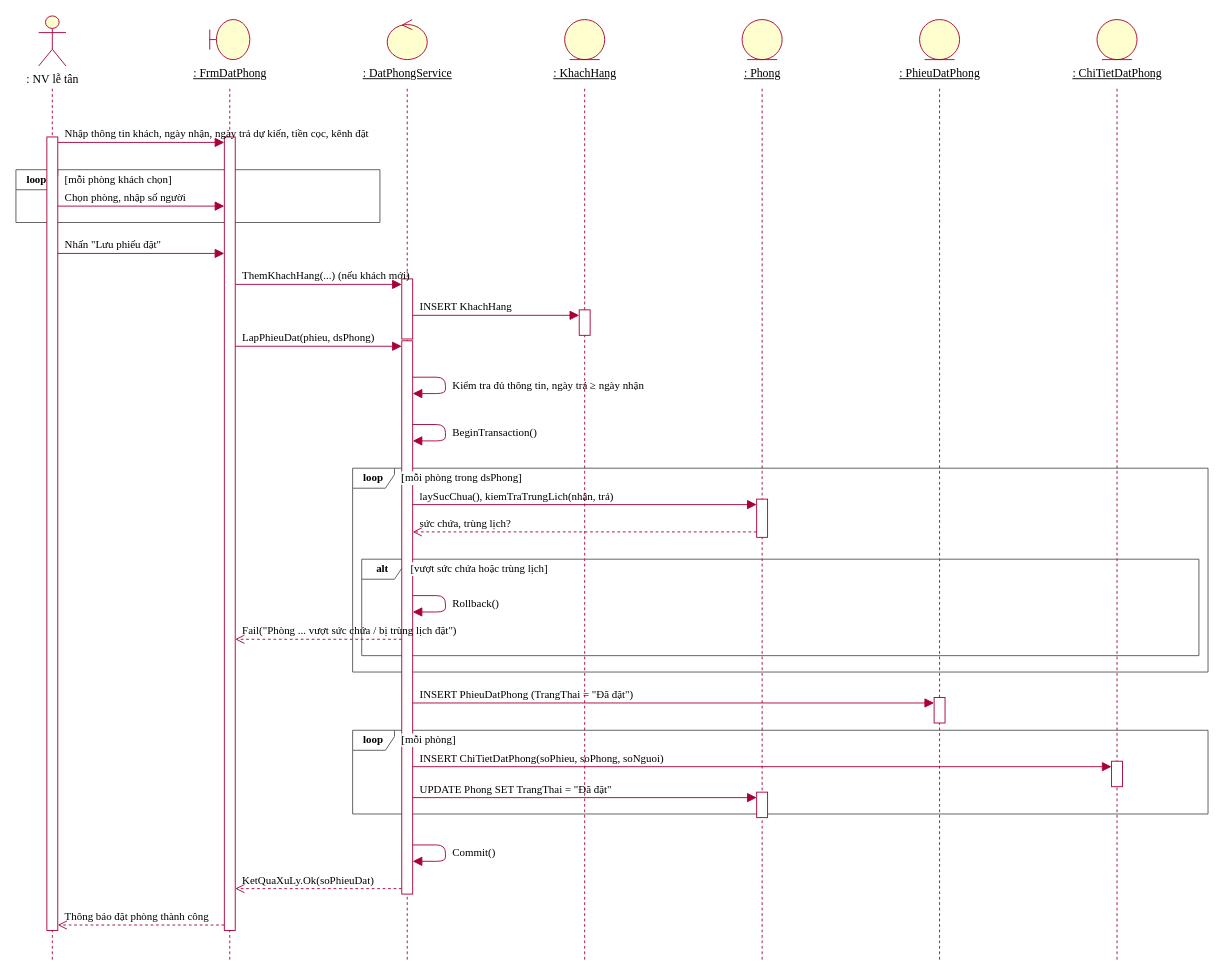
nguyenquocan5432-bot/LAB_AT_OOSD keeps this draw.io diagram as IMAGES/LAB3/H4_Sequence_DatPhong.drawio. Above is the earlier version. Source tidied: cells renumbered, new cells numbered last; positions are measured from the earlier drawing's top-left corner, leaving out a move shared by most shapes. Both pictures are drawn from the tidied source at 91%, with x=0, y=0 at pixel (15, 15).
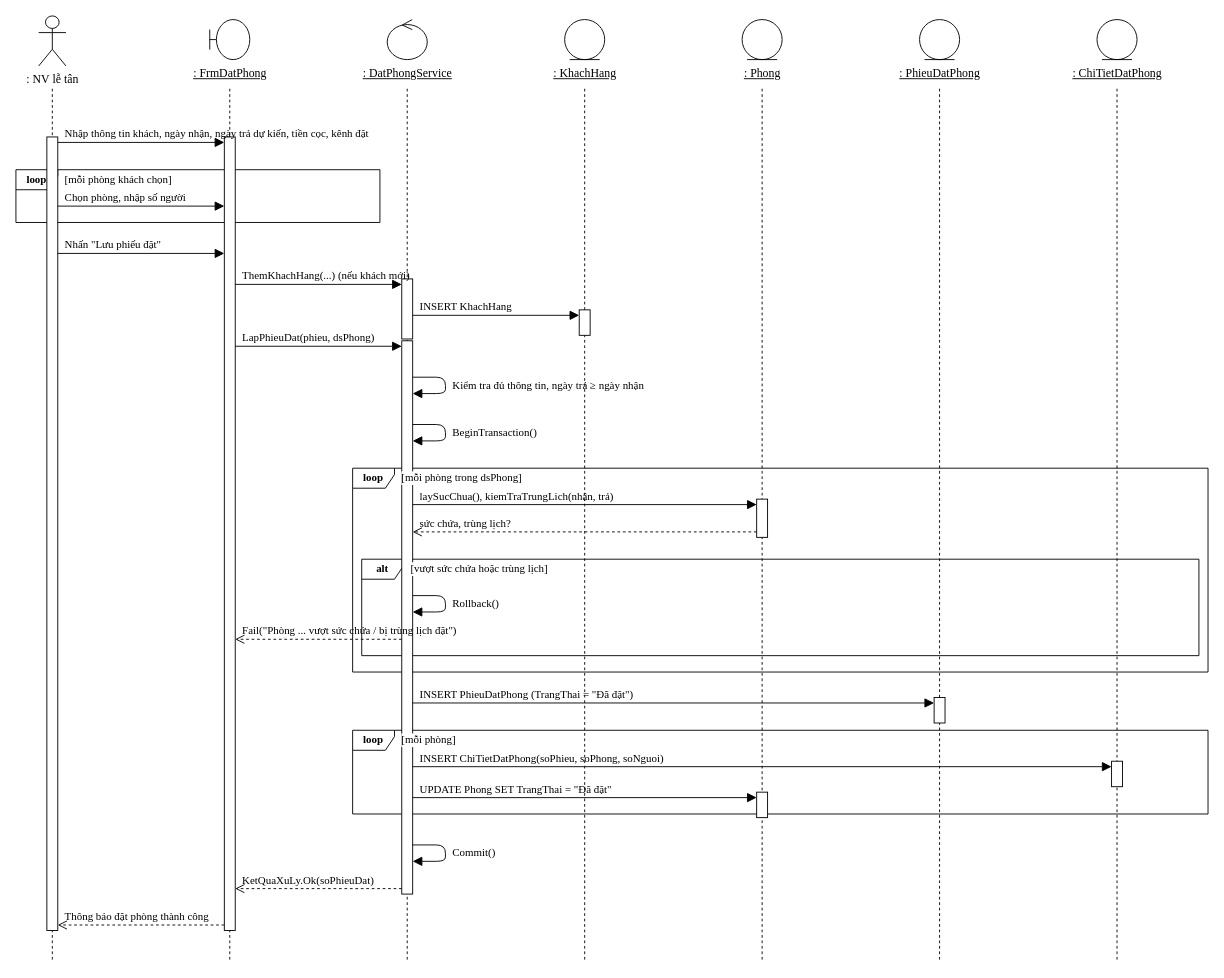
The same diagram, later.

The edit, as a diff of the source:
```diff
@@
-    <mxCell id="2" value=": NV lễ tân" style="shape=umlActor;verticalLabelPosition=bottom;verticalAlign=top;html=1;fillColor=#FEFECE;strokeColor=#A80036;fontFamily=Times New Roman;fontSize=13;" parent="1" vertex="1">
+    <mxCell id="2" value=": NV lễ tân" style="shape=umlActor;verticalLabelPosition=bottom;verticalAlign=top;html=1;fontFamily=Times New Roman;fontSize=13;" parent="1" vertex="1">
       <mxGeometry x="25" width="30" height="55" as="geometry" />
     </mxCell>
-    <mxCell id="3" style="endArrow=none;html=1;dashed=1;strokeColor=#A80036;" parent="1" edge="1">
+    <mxCell id="3" style="endArrow=none;html=1;dashed=1;" parent="1" edge="1">
       <mxGeometry relative="1" as="geometry">
         <mxPoint x="40" y="80" as="sourcePoint" />
         <mxPoint x="40" y="1039" as="targetPoint" />
       </mxGeometry>
     </mxCell>
-    <mxCell id="4" style="shape=umlBoundary;whiteSpace=wrap;html=1;fillColor=#FEFECE;strokeColor=#A80036;" parent="1" vertex="1">
+    <mxCell id="4" style="shape=umlBoundary;whiteSpace=wrap;html=1;" parent="1" vertex="1">
       <mxGeometry x="213" y="4" width="44" height="44" as="geometry" />
     </mxCell>
@@
-    <mxCell id="6" style="endArrow=none;html=1;dashed=1;strokeColor=#A80036;" parent="1" edge="1">
+    <mxCell id="6" style="endArrow=none;html=1;dashed=1;" parent="1" edge="1">
       <mxGeometry relative="1" as="geometry">
         <mxPoint x="235" y="80" as="sourcePoint" />
         <mxPoint x="235" y="1039" as="targetPoint" />
       </mxGeometry>
     </mxCell>
-    <mxCell id="7" style="ellipse;shape=umlControl;whiteSpace=wrap;html=1;fillColor=#FEFECE;strokeColor=#A80036;" parent="1" vertex="1">
+    <mxCell id="7" style="ellipse;shape=umlControl;whiteSpace=wrap;html=1;" parent="1" vertex="1">
       <mxGeometry x="408" y="4" width="44" height="44" as="geometry" />
     </mxCell>
@@
-    <mxCell id="9" style="endArrow=none;html=1;dashed=1;strokeColor=#A80036;" parent="1" edge="1">
+    <mxCell id="9" style="endArrow=none;html=1;dashed=1;" parent="1" edge="1">
       <mxGeometry relative="1" as="geometry">
         <mxPoint x="430" y="80" as="sourcePoint" />
         <mxPoint x="430" y="1039" as="targetPoint" />
       </mxGeometry>
     </mxCell>
-    <mxCell id="10" style="ellipse;shape=umlEntity;whiteSpace=wrap;html=1;fillColor=#FEFECE;strokeColor=#A80036;" parent="1" vertex="1">
+    <mxCell id="10" style="ellipse;shape=umlEntity;whiteSpace=wrap;html=1;" parent="1" vertex="1">
       <mxGeometry x="603" y="4" width="44" height="44" as="geometry" />
     </mxCell>
@@
-    <mxCell id="12" style="endArrow=none;html=1;dashed=1;strokeColor=#A80036;" parent="1" edge="1">
+    <mxCell id="12" style="endArrow=none;html=1;dashed=1;" parent="1" edge="1">
       <mxGeometry relative="1" as="geometry">
         <mxPoint x="625" y="80" as="sourcePoint" />
         <mxPoint x="625" y="1039" as="targetPoint" />
       </mxGeometry>
     </mxCell>
-    <mxCell id="13" style="ellipse;shape=umlEntity;whiteSpace=wrap;html=1;fillColor=#FEFECE;strokeColor=#A80036;" parent="1" vertex="1">
+    <mxCell id="13" style="ellipse;shape=umlEntity;whiteSpace=wrap;html=1;" parent="1" vertex="1">
       <mxGeometry x="798" y="4" width="44" height="44" as="geometry" />
     </mxCell>
@@
-    <mxCell id="15" style="endArrow=none;html=1;dashed=1;strokeColor=#A80036;" parent="1" edge="1">
+    <mxCell id="15" style="endArrow=none;html=1;dashed=1;" parent="1" edge="1">
       <mxGeometry relative="1" as="geometry">
         <mxPoint x="820" y="80" as="sourcePoint" />
         <mxPoint x="820" y="1039" as="targetPoint" />
       </mxGeometry>
     </mxCell>
-    <mxCell id="16" style="ellipse;shape=umlEntity;whiteSpace=wrap;html=1;fillColor=#FEFECE;strokeColor=#A80036;" parent="1" vertex="1">
+    <mxCell id="16" style="ellipse;shape=umlEntity;whiteSpace=wrap;html=1;" parent="1" vertex="1">
       <mxGeometry x="993" y="4" width="44" height="44" as="geometry" />
     </mxCell>
@@
-    <mxCell id="18" style="endArrow=none;html=1;dashed=1;strokeColor=#A80036;" parent="1" edge="1">
+    <mxCell id="18" style="endArrow=none;html=1;dashed=1;" parent="1" edge="1">
       <mxGeometry relative="1" as="geometry">
         <mxPoint x="1015" y="80" as="sourcePoint" />
         <mxPoint x="1015" y="1039" as="targetPoint" />
       </mxGeometry>
     </mxCell>
-    <mxCell id="19" style="ellipse;shape=umlEntity;whiteSpace=wrap;html=1;fillColor=#FEFECE;strokeColor=#A80036;" parent="1" vertex="1">
+    <mxCell id="19" style="ellipse;shape=umlEntity;whiteSpace=wrap;html=1;" parent="1" vertex="1">
       <mxGeometry x="1188" y="4" width="44" height="44" as="geometry" />
     </mxCell>
@@
-    <mxCell id="21" style="endArrow=none;html=1;dashed=1;strokeColor=#A80036;" parent="1" edge="1">
+    <mxCell id="21" style="endArrow=none;html=1;dashed=1;" parent="1" edge="1">
       <mxGeometry relative="1" as="geometry">
         <mxPoint x="1210" y="80" as="sourcePoint" />
         <mxPoint x="1210" y="1039" as="targetPoint" />
       </mxGeometry>
     </mxCell>
-    <mxCell id="22" value="loop" style="shape=umlFrame;whiteSpace=wrap;html=1;width=46;height=22;fillColor=none;strokeColor=#555555;fontFamily=Times New Roman;fontSize=12;fontStyle=1;" parent="1" vertex="1">
+    <mxCell id="22" value="loop" style="shape=umlFrame;whiteSpace=wrap;html=1;width=46;height=22;fontFamily=Times New Roman;fontSize=12;fontStyle=1;" parent="1" vertex="1">
       <mxGeometry y="169" width="400" height="58" as="geometry" />
     </mxCell>
-    <mxCell id="23" value="loop" style="shape=umlFrame;whiteSpace=wrap;html=1;width=46;height=22;fillColor=none;strokeColor=#555555;fontFamily=Times New Roman;fontSize=12;fontStyle=1;" parent="1" vertex="1">
+    <mxCell id="23" value="loop" style="shape=umlFrame;whiteSpace=wrap;html=1;width=46;height=22;fontFamily=Times New Roman;fontSize=12;fontStyle=1;" parent="1" vertex="1">
       <mxGeometry x="370" y="497" width="940" height="224" as="geometry" />
     </mxCell>
-    <mxCell id="24" value="alt" style="shape=umlFrame;whiteSpace=wrap;html=1;width=46;height=22;fillColor=none;strokeColor=#555555;fontFamily=Times New Roman;fontSize=12;fontStyle=1;" parent="1" vertex="1">
+    <mxCell id="24" value="alt" style="shape=umlFrame;whiteSpace=wrap;html=1;width=46;height=22;fontFamily=Times New Roman;fontSize=12;fontStyle=1;" parent="1" vertex="1">
       <mxGeometry x="380" y="597" width="920" height="106" as="geometry" />
     </mxCell>
-    <mxCell id="25" value="loop" style="shape=umlFrame;whiteSpace=wrap;html=1;width=46;height=22;fillColor=none;strokeColor=#555555;fontFamily=Times New Roman;fontSize=12;fontStyle=1;" parent="1" vertex="1">
+    <mxCell id="25" value="loop" style="shape=umlFrame;whiteSpace=wrap;html=1;width=46;height=22;fontFamily=Times New Roman;fontSize=12;fontStyle=1;" parent="1" vertex="1">
       <mxGeometry x="370" y="785" width="940" height="92" as="geometry" />
     </mxCell>
-    <mxCell id="26" style="rounded=0;whiteSpace=wrap;html=1;fillColor=#FFFFFF;strokeColor=#A80036;" parent="1" vertex="1">
+    <mxCell id="26" style="rounded=0;whiteSpace=wrap;html=1;" parent="1" vertex="1">
       <mxGeometry x="619" y="323" width="12" height="28" as="geometry" />
     </mxCell>
-    <mxCell id="27" style="rounded=0;whiteSpace=wrap;html=1;fillColor=#FFFFFF;strokeColor=#A80036;" parent="1" vertex="1">
+    <mxCell id="27" style="rounded=0;whiteSpace=wrap;html=1;" parent="1" vertex="1">
       <mxGeometry x="424" y="289" width="12" height="66" as="geometry" />
     </mxCell>
-    <mxCell id="28" style="rounded=0;whiteSpace=wrap;html=1;fillColor=#FFFFFF;strokeColor=#A80036;" parent="1" vertex="1">
+    <mxCell id="28" style="rounded=0;whiteSpace=wrap;html=1;" parent="1" vertex="1">
       <mxGeometry x="814" y="531" width="12" height="42" as="geometry" />
     </mxCell>
-    <mxCell id="29" style="rounded=0;whiteSpace=wrap;html=1;fillColor=#FFFFFF;strokeColor=#A80036;" parent="1" vertex="1">
+    <mxCell id="29" style="rounded=0;whiteSpace=wrap;html=1;" parent="1" vertex="1">
       <mxGeometry x="1009" y="749" width="12" height="28" as="geometry" />
     </mxCell>
-    <mxCell id="30" style="rounded=0;whiteSpace=wrap;html=1;fillColor=#FFFFFF;strokeColor=#A80036;" parent="1" vertex="1">
+    <mxCell id="30" style="rounded=0;whiteSpace=wrap;html=1;" parent="1" vertex="1">
       <mxGeometry x="1204" y="819" width="12" height="28" as="geometry" />
     </mxCell>
-    <mxCell id="31" style="rounded=0;whiteSpace=wrap;html=1;fillColor=#FFFFFF;strokeColor=#A80036;" parent="1" vertex="1">
+    <mxCell id="31" style="rounded=0;whiteSpace=wrap;html=1;" parent="1" vertex="1">
       <mxGeometry x="814" y="853" width="12" height="28" as="geometry" />
     </mxCell>
-    <mxCell id="32" style="rounded=0;whiteSpace=wrap;html=1;fillColor=#FFFFFF;strokeColor=#A80036;" parent="1" vertex="1">
+    <mxCell id="32" style="rounded=0;whiteSpace=wrap;html=1;" parent="1" vertex="1">
       <mxGeometry x="424" y="357" width="12" height="608" as="geometry" />
     </mxCell>
-    <mxCell id="33" style="rounded=0;whiteSpace=wrap;html=1;fillColor=#FFFFFF;strokeColor=#A80036;" parent="1" vertex="1">
+    <mxCell id="33" style="rounded=0;whiteSpace=wrap;html=1;" parent="1" vertex="1">
       <mxGeometry x="229" y="133" width="12" height="872" as="geometry" />
     </mxCell>
-    <mxCell id="34" style="rounded=0;whiteSpace=wrap;html=1;fillColor=#FFFFFF;strokeColor=#A80036;" parent="1" vertex="1">
+    <mxCell id="34" style="rounded=0;whiteSpace=wrap;html=1;" parent="1" vertex="1">
       <mxGeometry x="34" y="133" width="12" height="872" as="geometry" />
     </mxCell>
@@
-    <mxCell id="39" value="Nhập thông tin khách, ngày nhận, ngày trả dự kiến, tiền cọc, kênh đặt" style="html=1;endArrow=block;endFill=1;endSize=8;strokeColor=#A80036;fontFamily=Times New Roman;fontSize=12;verticalAlign=bottom;align=left;spacingLeft=6;labelBackgroundColor=none;" parent="1" edge="1">
+    <mxCell id="39" value="Nhập thông tin khách, ngày nhận, ngày trả dự kiến, tiền cọc, kênh đặt" style="html=1;endArrow=block;endFill=1;endSize=8;fontFamily=Times New Roman;fontSize=12;verticalAlign=bottom;align=left;spacingLeft=6;labelBackgroundColor=none;" parent="1" edge="1">
       <mxGeometry x="-1" relative="1" as="geometry">
         <mxPoint x="46" y="139" as="sourcePoint" />
         <mxPoint x="229" y="139" as="targetPoint" />
       </mxGeometry>
     </mxCell>
-    <mxCell id="40" value="Chọn phòng, nhập số người" style="html=1;endArrow=block;endFill=1;endSize=8;strokeColor=#A80036;fontFamily=Times New Roman;fontSize=12;verticalAlign=bottom;align=left;spacingLeft=6;labelBackgroundColor=none;" parent="1" edge="1">
+    <mxCell id="40" value="Chọn phòng, nhập số người" style="html=1;endArrow=block;endFill=1;endSize=8;fontFamily=Times New Roman;fontSize=12;verticalAlign=bottom;align=left;spacingLeft=6;labelBackgroundColor=none;" parent="1" edge="1">
       <mxGeometry x="-1" relative="1" as="geometry">
         <mxPoint x="46" y="209" as="sourcePoint" />
         <mxPoint x="229" y="209" as="targetPoint" />
       </mxGeometry>
     </mxCell>
-    <mxCell id="41" value="Nhấn &quot;Lưu phiếu đặt&quot;" style="html=1;endArrow=block;endFill=1;endSize=8;strokeColor=#A80036;fontFamily=Times New Roman;fontSize=12;verticalAlign=bottom;align=left;spacingLeft=6;labelBackgroundColor=none;" parent="1" edge="1">
+    <mxCell id="41" value="Nhấn &quot;Lưu phiếu đặt&quot;" style="html=1;endArrow=block;endFill=1;endSize=8;fontFamily=Times New Roman;fontSize=12;verticalAlign=bottom;align=left;spacingLeft=6;labelBackgroundColor=none;" parent="1" edge="1">
       <mxGeometry x="-1" relative="1" as="geometry">
         <mxPoint x="46" y="261" as="sourcePoint" />
         <mxPoint x="229" y="261" as="targetPoint" />
       </mxGeometry>
     </mxCell>
-    <mxCell id="42" value="ThemKhachHang(...) (nếu khách mới)" style="html=1;endArrow=block;endFill=1;endSize=8;strokeColor=#A80036;fontFamily=Times New Roman;fontSize=12;verticalAlign=bottom;align=left;spacingLeft=6;labelBackgroundColor=none;" parent="1" edge="1">
+    <mxCell id="42" value="ThemKhachHang(...) (nếu khách mới)" style="html=1;endArrow=block;endFill=1;endSize=8;fontFamily=Times New Roman;fontSize=12;verticalAlign=bottom;align=left;spacingLeft=6;labelBackgroundColor=none;" parent="1" edge="1">
       <mxGeometry x="-1" relative="1" as="geometry">
         <mxPoint x="241" y="295" as="sourcePoint" />
         <mxPoint x="424" y="295" as="targetPoint" />
       </mxGeometry>
     </mxCell>
-    <mxCell id="43" value="INSERT KhachHang" style="html=1;endArrow=block;endFill=1;endSize=8;strokeColor=#A80036;fontFamily=Times New Roman;fontSize=12;verticalAlign=bottom;align=left;spacingLeft=6;labelBackgroundColor=none;" parent="1" edge="1">
+    <mxCell id="43" value="INSERT KhachHang" style="html=1;endArrow=block;endFill=1;endSize=8;fontFamily=Times New Roman;fontSize=12;verticalAlign=bottom;align=left;spacingLeft=6;labelBackgroundColor=none;" parent="1" edge="1">
       <mxGeometry x="-1" relative="1" as="geometry">
         <mxPoint x="436" y="329" as="sourcePoint" />
         <mxPoint x="619" y="329" as="targetPoint" />
       </mxGeometry>
     </mxCell>
-    <mxCell id="44" value="LapPhieuDat(phieu, dsPhong)" style="html=1;endArrow=block;endFill=1;endSize=8;strokeColor=#A80036;fontFamily=Times New Roman;fontSize=12;verticalAlign=bottom;align=left;spacingLeft=6;labelBackgroundColor=none;" parent="1" edge="1">
+    <mxCell id="44" value="LapPhieuDat(phieu, dsPhong)" style="html=1;endArrow=block;endFill=1;endSize=8;fontFamily=Times New Roman;fontSize=12;verticalAlign=bottom;align=left;spacingLeft=6;labelBackgroundColor=none;" parent="1" edge="1">
       <mxGeometry x="-1" relative="1" as="geometry">
         <mxPoint x="241" y="363" as="sourcePoint" />
         <mxPoint x="424" y="363" as="targetPoint" />
       </mxGeometry>
     </mxCell>
-    <mxCell id="45" style="html=1;endArrow=block;endFill=1;endSize=8;strokeColor=#A80036;fontFamily=Times New Roman;fontSize=12;verticalAlign=bottom;align=left;spacingLeft=6;labelBackgroundColor=none;" parent="1" edge="1">
+    <mxCell id="45" style="html=1;endArrow=block;endFill=1;endSize=8;fontFamily=Times New Roman;fontSize=12;verticalAlign=bottom;align=left;spacingLeft=6;labelBackgroundColor=none;" parent="1" edge="1">
       <mxGeometry relative="1" as="geometry">
         <mxPoint x="436" y="397" as="sourcePoint" />
         <mxPoint x="436" y="415" as="targetPoint" />
         <Array as="points">
           <mxPoint x="472" y="397" />
           <mxPoint x="472" y="415" />
         </Array>
       </mxGeometry>
     </mxCell>
@@
-    <mxCell id="47" style="html=1;endArrow=block;endFill=1;endSize=8;strokeColor=#A80036;fontFamily=Times New Roman;fontSize=12;verticalAlign=bottom;align=left;spacingLeft=6;labelBackgroundColor=none;" parent="1" edge="1">
+    <mxCell id="47" style="html=1;endArrow=block;endFill=1;endSize=8;fontFamily=Times New Roman;fontSize=12;verticalAlign=bottom;align=left;spacingLeft=6;labelBackgroundColor=none;" parent="1" edge="1">
       <mxGeometry relative="1" as="geometry">
         <mxPoint x="436" y="449" as="sourcePoint" />
         <mxPoint x="436" y="467" as="targetPoint" />
         <Array as="points">
           <mxPoint x="472" y="449" />
           <mxPoint x="472" y="467" />
         </Array>
       </mxGeometry>
     </mxCell>
@@
-    <mxCell id="49" value="laySucChua(), kiemTraTrungLich(nhận, trả)" style="html=1;endArrow=block;endFill=1;endSize=8;strokeColor=#A80036;fontFamily=Times New Roman;fontSize=12;verticalAlign=bottom;align=left;spacingLeft=6;labelBackgroundColor=none;" parent="1" edge="1">
+    <mxCell id="49" value="laySucChua(), kiemTraTrungLich(nhận, trả)" style="html=1;endArrow=block;endFill=1;endSize=8;fontFamily=Times New Roman;fontSize=12;verticalAlign=bottom;align=left;spacingLeft=6;labelBackgroundColor=none;" parent="1" edge="1">
       <mxGeometry x="-1" relative="1" as="geometry">
         <mxPoint x="436" y="537" as="sourcePoint" />
         <mxPoint x="814" y="537" as="targetPoint" />
       </mxGeometry>
     </mxCell>
-    <mxCell id="50" value="sức chứa, trùng lịch?" style="html=1;endArrow=open;endSize=8;dashed=1;strokeColor=#A80036;fontFamily=Times New Roman;fontSize=12;verticalAlign=bottom;align=left;spacingLeft=6;labelBackgroundColor=none;" parent="1" edge="1">
+    <mxCell id="50" value="sức chứa, trùng lịch?" style="html=1;endArrow=open;endSize=8;dashed=1;fontFamily=Times New Roman;fontSize=12;verticalAlign=bottom;align=left;spacingLeft=6;labelBackgroundColor=none;" parent="1" edge="1">
       <mxGeometry x="1" relative="1" as="geometry">
         <mxPoint x="814" y="567" as="sourcePoint" />
         <mxPoint x="436" y="567" as="targetPoint" />
       </mxGeometry>
     </mxCell>
-    <mxCell id="51" style="html=1;endArrow=block;endFill=1;endSize=8;strokeColor=#A80036;fontFamily=Times New Roman;fontSize=12;verticalAlign=bottom;align=left;spacingLeft=6;labelBackgroundColor=none;" parent="1" edge="1">
+    <mxCell id="51" style="html=1;endArrow=block;endFill=1;endSize=8;fontFamily=Times New Roman;fontSize=12;verticalAlign=bottom;align=left;spacingLeft=6;labelBackgroundColor=none;" parent="1" edge="1">
       <mxGeometry relative="1" as="geometry">
         <mxPoint x="436" y="637" as="sourcePoint" />
         <mxPoint x="436" y="655" as="targetPoint" />
         <Array as="points">
           <mxPoint x="472" y="637" />
           <mxPoint x="472" y="655" />
         </Array>
       </mxGeometry>
     </mxCell>
@@
-    <mxCell id="53" value="Fail(&quot;Phòng ... vượt sức chứa / bị trùng lịch đặt&quot;)" style="html=1;endArrow=open;endSize=8;dashed=1;strokeColor=#A80036;fontFamily=Times New Roman;fontSize=12;verticalAlign=bottom;align=left;spacingLeft=6;labelBackgroundColor=none;" parent="1" edge="1">
+    <mxCell id="53" value="Fail(&quot;Phòng ... vượt sức chứa / bị trùng lịch đặt&quot;)" style="html=1;endArrow=open;endSize=8;dashed=1;fontFamily=Times New Roman;fontSize=12;verticalAlign=bottom;align=left;spacingLeft=6;labelBackgroundColor=none;" parent="1" edge="1">
       <mxGeometry x="1" relative="1" as="geometry">
         <mxPoint x="424" y="685" as="sourcePoint" />
         <mxPoint x="241" y="685" as="targetPoint" />
       </mxGeometry>
     </mxCell>
-    <mxCell id="54" value="INSERT PhieuDatPhong (TrangThai = &quot;Đã đặt&quot;)" style="html=1;endArrow=block;endFill=1;endSize=8;strokeColor=#A80036;fontFamily=Times New Roman;fontSize=12;verticalAlign=bottom;align=left;spacingLeft=6;labelBackgroundColor=none;" parent="1" edge="1">
+    <mxCell id="54" value="INSERT PhieuDatPhong (TrangThai = &quot;Đã đặt&quot;)" style="html=1;endArrow=block;endFill=1;endSize=8;fontFamily=Times New Roman;fontSize=12;verticalAlign=bottom;align=left;spacingLeft=6;labelBackgroundColor=none;" parent="1" edge="1">
       <mxGeometry x="-1" relative="1" as="geometry">
         <mxPoint x="436" y="755" as="sourcePoint" />
         <mxPoint x="1009" y="755" as="targetPoint" />
       </mxGeometry>
     </mxCell>
-    <mxCell id="55" value="INSERT ChiTietDatPhong(soPhieu, soPhong, soNguoi)" style="html=1;endArrow=block;endFill=1;endSize=8;strokeColor=#A80036;fontFamily=Times New Roman;fontSize=12;verticalAlign=bottom;align=left;spacingLeft=6;labelBackgroundColor=none;" parent="1" edge="1">
+    <mxCell id="55" value="INSERT ChiTietDatPhong(soPhieu, soPhong, soNguoi)" style="html=1;endArrow=block;endFill=1;endSize=8;fontFamily=Times New Roman;fontSize=12;verticalAlign=bottom;align=left;spacingLeft=6;labelBackgroundColor=none;" parent="1" edge="1">
       <mxGeometry x="-1" relative="1" as="geometry">
         <mxPoint x="436" y="825" as="sourcePoint" />
         <mxPoint x="1204" y="825" as="targetPoint" />
       </mxGeometry>
     </mxCell>
-    <mxCell id="56" value="UPDATE Phong SET TrangThai = &quot;Đã đặt&quot;" style="html=1;endArrow=block;endFill=1;endSize=8;strokeColor=#A80036;fontFamily=Times New Roman;fontSize=12;verticalAlign=bottom;align=left;spacingLeft=6;labelBackgroundColor=none;" parent="1" edge="1">
+    <mxCell id="56" value="UPDATE Phong SET TrangThai = &quot;Đã đặt&quot;" style="html=1;endArrow=block;endFill=1;endSize=8;fontFamily=Times New Roman;fontSize=12;verticalAlign=bottom;align=left;spacingLeft=6;labelBackgroundColor=none;" parent="1" edge="1">
       <mxGeometry x="-1" relative="1" as="geometry">
         <mxPoint x="436" y="859" as="sourcePoint" />
         <mxPoint x="814" y="859" as="targetPoint" />
       </mxGeometry>
     </mxCell>
-    <mxCell id="57" style="html=1;endArrow=block;endFill=1;endSize=8;strokeColor=#A80036;fontFamily=Times New Roman;fontSize=12;verticalAlign=bottom;align=left;spacingLeft=6;labelBackgroundColor=none;" parent="1" edge="1">
+    <mxCell id="57" style="html=1;endArrow=block;endFill=1;endSize=8;fontFamily=Times New Roman;fontSize=12;verticalAlign=bottom;align=left;spacingLeft=6;labelBackgroundColor=none;" parent="1" edge="1">
       <mxGeometry relative="1" as="geometry">
         <mxPoint x="436" y="911" as="sourcePoint" />
         <mxPoint x="436" y="929" as="targetPoint" />
         <Array as="points">
           <mxPoint x="472" y="911" />
           <mxPoint x="472" y="929" />
         </Array>
       </mxGeometry>
     </mxCell>
@@
-    <mxCell id="59" value="KetQuaXuLy.Ok(soPhieuDat)" style="html=1;endArrow=open;endSize=8;dashed=1;strokeColor=#A80036;fontFamily=Times New Roman;fontSize=12;verticalAlign=bottom;align=left;spacingLeft=6;labelBackgroundColor=none;" parent="1" edge="1">
+    <mxCell id="59" value="KetQuaXuLy.Ok(soPhieuDat)" style="html=1;endArrow=open;endSize=8;dashed=1;fontFamily=Times New Roman;fontSize=12;verticalAlign=bottom;align=left;spacingLeft=6;labelBackgroundColor=none;" parent="1" edge="1">
       <mxGeometry x="1" relative="1" as="geometry">
         <mxPoint x="424" y="959" as="sourcePoint" />
         <mxPoint x="241" y="959" as="targetPoint" />
       </mxGeometry>
     </mxCell>
-    <mxCell id="60" value="Thông báo đặt phòng thành công" style="html=1;endArrow=open;endSize=8;dashed=1;strokeColor=#A80036;fontFamily=Times New Roman;fontSize=12;verticalAlign=bottom;align=left;spacingLeft=6;labelBackgroundColor=none;" parent="1" edge="1">
+    <mxCell id="60" value="Thông báo đặt phòng thành công" style="html=1;endArrow=open;endSize=8;dashed=1;fontFamily=Times New Roman;fontSize=12;verticalAlign=bottom;align=left;spacingLeft=6;labelBackgroundColor=none;" parent="1" edge="1">
       <mxGeometry x="1" relative="1" as="geometry">
         <mxPoint x="229" y="999" as="sourcePoint" />
         <mxPoint x="46" y="999" as="targetPoint" />
       </mxGeometry>
     </mxCell>
```
